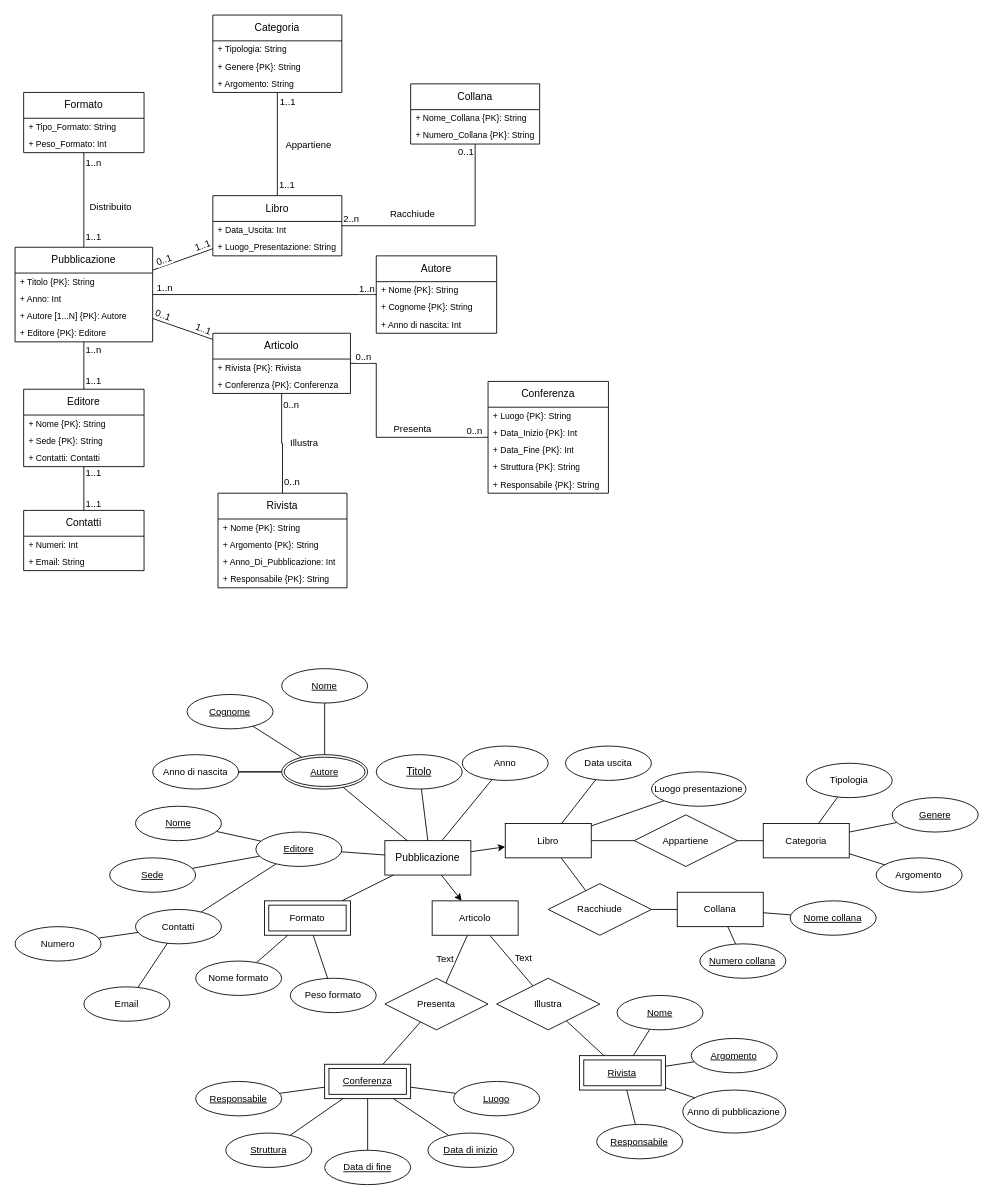
Before: Diagramma senza titolo.drawio in Mario-jpeg/Mario-jpeg, a draw.io diagram. Source tidied: cells renumbered, new cells numbered last; positions are measured from the earlier drawing's top-left corner, leaving out a move shared by most shapes. Both pictures are drawn from the tidied source at 86%, with x=0, y=0 at pixel (15, 15).
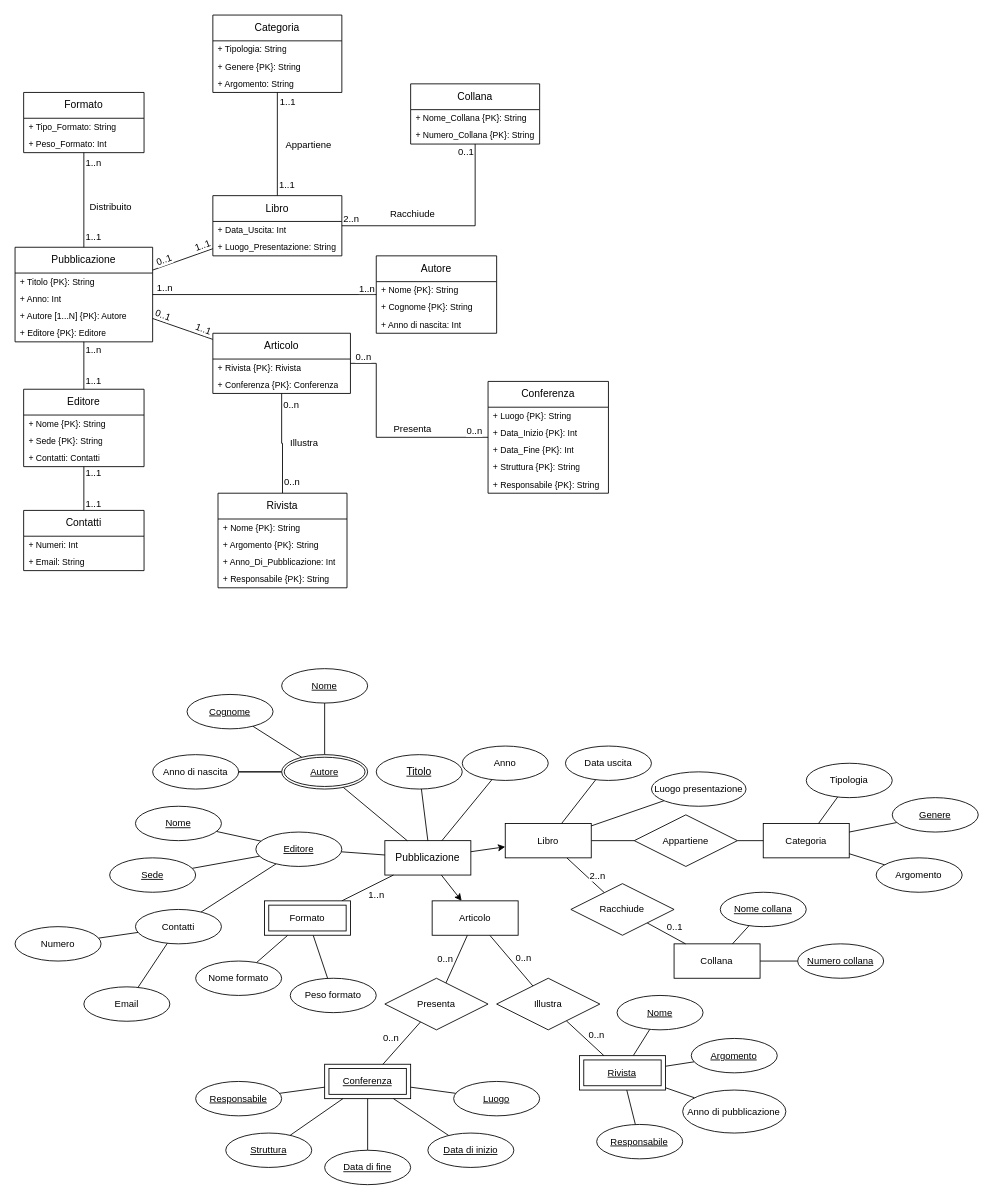
The same page after the edit.

The change refers to these unchanged cells:
```xml
<mxCell id="87" style="edgeStyle=none;shape=connector;rounded=0;jettySize=auto;html=1;strokeColor=default;align=center;verticalAlign=middle;fontFamily=Helvetica;fontSize=11;fontColor=default;labelBackgroundColor=default;startFill=0;endArrow=none;" parent="1" edge="1" source="125" target="80">
  <mxGeometry relative="1" as="geometry" />
</mxCell>
<mxCell id="110" style="edgeStyle=none;shape=connector;rounded=0;jettySize=auto;html=1;strokeColor=default;align=center;verticalAlign=middle;fontFamily=Helvetica;fontSize=11;fontColor=default;labelBackgroundColor=default;startFill=0;endArrow=none;" parent="1" edge="1" source="111" target="161">
  <mxGeometry relative="1" as="geometry" />
</mxCell>
<mxCell id="113" style="edgeStyle=none;shape=connector;rounded=0;jettySize=auto;html=1;strokeColor=default;align=center;verticalAlign=middle;fontFamily=Helvetica;fontSize=11;fontColor=default;labelBackgroundColor=default;startFill=0;endArrow=none;" parent="1" edge="1" source="117" target="163">
  <mxGeometry relative="1" as="geometry" />
</mxCell>
<mxCell id="115" style="edgeStyle=none;shape=connector;rounded=0;jettySize=auto;html=1;strokeColor=default;align=center;verticalAlign=middle;fontFamily=Helvetica;fontSize=11;fontColor=default;labelBackgroundColor=default;startFill=0;endArrow=none;" parent="1" edge="1" source="117" target="165">
  <mxGeometry relative="1" as="geometry" />
</mxCell>
<mxCell id="160" style="edgeStyle=none;shape=connector;rounded=0;jettySize=auto;html=1;strokeColor=default;align=center;verticalAlign=middle;fontFamily=Helvetica;fontSize=11;fontColor=default;labelBackgroundColor=default;startFill=0;endArrow=none;" parent="1" edge="1" source="161" target="127">
  <mxGeometry relative="1" as="geometry" />
</mxCell>
<mxCell id="162" style="edgeStyle=none;shape=connector;rounded=0;jettySize=auto;html=1;strokeColor=default;align=center;verticalAlign=middle;fontFamily=Helvetica;fontSize=11;fontColor=default;labelBackgroundColor=default;startFill=0;endArrow=none;" parent="1" edge="1" source="163" target="143">
  <mxGeometry relative="1" as="geometry" />
</mxCell>
<mxCell id="164" style="edgeStyle=none;shape=connector;rounded=0;jettySize=auto;html=1;strokeColor=default;align=center;verticalAlign=middle;fontFamily=Helvetica;fontSize=11;fontColor=default;labelBackgroundColor=default;startFill=0;endArrow=none;" parent="1" edge="1" source="165" target="138">
  <mxGeometry relative="1" as="geometry" />
</mxCell>
```

Change to the diagram source:
```diff
@@
+    <mxCell id="166" value="1..n" style="edgeLabel;html=1;align=center;verticalAlign=middle;fontFamily=Helvetica;fontSize=11;fontColor=default;labelBackgroundColor=default;" parent="87" vertex="1">
+      <mxGeometry x="-0.15" y="-3" relative="1" as="geometry">
+        <mxPoint x="12" y="3" as="offset" />
+      </mxGeometry>
+    </mxCell>
@@
+    <mxCell id="167" value="2..n" style="edgeLabel;html=1;align=center;verticalAlign=middle;fontFamily=Helvetica;fontSize=11;fontColor=default;labelBackgroundColor=default;" parent="110" vertex="1">
+      <mxGeometry x="-0.12" y="2" relative="1" as="geometry">
+        <mxPoint x="14" y="4" as="offset" />
+      </mxGeometry>
+    </mxCell>
@@
-    <mxCell id="114" value="Text" style="edgeLabel;html=1;align=center;verticalAlign=middle;fontFamily=Helvetica;fontSize=11;fontColor=default;labelBackgroundColor=default;" parent="113" vertex="1">
+    <mxCell id="114" value="0..n" style="edgeLabel;html=1;align=center;verticalAlign=middle;fontFamily=Helvetica;fontSize=11;fontColor=default;labelBackgroundColor=default;" parent="113" vertex="1">
       <mxGeometry x="-0.05" y="2" relative="1" as="geometry">
         <mxPoint x="13" as="offset" />
       </mxGeometry>
     </mxCell>
@@
-    <mxCell id="116" value="Text" style="edgeLabel;html=1;align=center;verticalAlign=middle;fontFamily=Helvetica;fontSize=11;fontColor=default;labelBackgroundColor=default;" parent="115" vertex="1">
+    <mxCell id="116" value="0..n" style="edgeLabel;html=1;align=center;verticalAlign=middle;fontFamily=Helvetica;fontSize=11;fontColor=default;labelBackgroundColor=default;" parent="115" vertex="1">
       <mxGeometry x="0.1" relative="1" as="geometry">
         <mxPoint x="-13" y="-3" as="offset" />
       </mxGeometry>
     </mxCell>
@@
     <mxCell id="127" value="Collana" style="whiteSpace=wrap;html=1;align=center;fontFamily=Helvetica;fontSize=11;fontColor=default;labelBackgroundColor=default;" parent="1" vertex="1">
-      <mxGeometry x="770" y="1020" width="100" height="40" as="geometry" />
+      <mxGeometry x="766.3" y="1080" width="100" height="40" as="geometry" />
     </mxCell>
@@
     <mxCell id="135" value="&lt;u&gt;Nome collana&lt;/u&gt;" style="ellipse;whiteSpace=wrap;html=1;align=center;fontFamily=Helvetica;fontSize=11;fontColor=default;labelBackgroundColor=default;" parent="1" vertex="1">
-      <mxGeometry x="901.3" y="1030" width="100" height="40" as="geometry" />
+      <mxGeometry x="820" y="1020" width="100" height="40" as="geometry" />
     </mxCell>
@@
     <mxCell id="137" value="&lt;u&gt;Numero collana&lt;/u&gt;" style="ellipse;whiteSpace=wrap;html=1;align=center;fontFamily=Helvetica;fontSize=11;fontColor=default;labelBackgroundColor=default;" parent="1" vertex="1">
-      <mxGeometry x="796.3" y="1080" width="100" height="40" as="geometry" />
+      <mxGeometry x="910" y="1080" width="100" height="40" as="geometry" />
     </mxCell>
@@
+    <mxCell id="168" value="0..1" style="edgeLabel;html=1;align=center;verticalAlign=middle;fontFamily=Helvetica;fontSize=11;fontColor=default;labelBackgroundColor=default;" parent="160" vertex="1">
+      <mxGeometry x="-0.03" y="2" relative="1" as="geometry">
+        <mxPoint x="9" y="-6" as="offset" />
+      </mxGeometry>
+    </mxCell>
     <mxCell id="161" value="Racchiude" style="shape=rhombus;perimeter=rhombusPerimeter;whiteSpace=wrap;html=1;align=center;fontFamily=Helvetica;fontSize=11;fontColor=default;labelBackgroundColor=default;" parent="1" vertex="1">
-      <mxGeometry x="620" y="1010" width="120" height="60" as="geometry" />
+      <mxGeometry x="646.3" y="1010" width="120" height="60" as="geometry" />
     </mxCell>
@@
+    <mxCell id="169" value="0..n" style="edgeLabel;html=1;align=center;verticalAlign=middle;fontFamily=Helvetica;fontSize=11;fontColor=default;labelBackgroundColor=default;" parent="162" vertex="1">
+      <mxGeometry x="-0.18" y="1" relative="1" as="geometry">
+        <mxPoint x="16" as="offset" />
+      </mxGeometry>
+    </mxCell>
@@
+    <mxCell id="170" value="0..n" style="edgeLabel;html=1;align=center;verticalAlign=middle;fontFamily=Helvetica;fontSize=11;fontColor=default;labelBackgroundColor=default;" parent="164" vertex="1">
+      <mxGeometry x="0.13" y="2" relative="1" as="geometry">
+        <mxPoint x="-12" y="-10" as="offset" />
+      </mxGeometry>
+    </mxCell>
```
